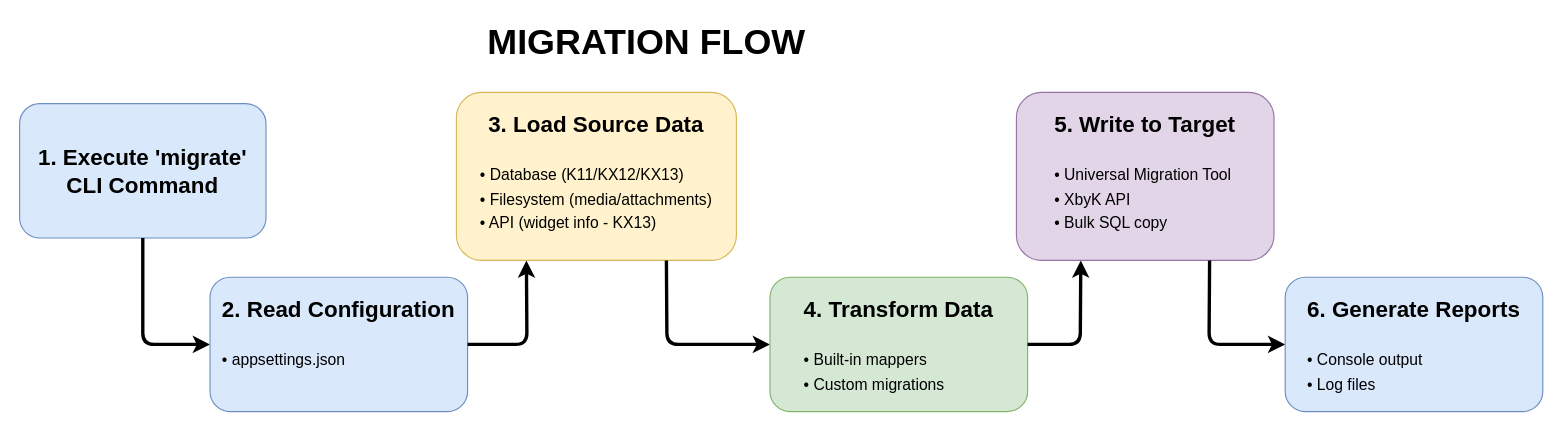
Above: images/diagrams/migration-flow.drawio in Kentico/xperience-by-kentico-kentico-migration-tool (draw.io), before the change. Source tidied: cells renumbered, new cells numbered last; positions are measured from the earlier drawing's top-left corner, leaving out a move shared by most shapes. Both pictures are drawn from the tidied source at 112%, with x=0, y=0 at pixel (19, 19).
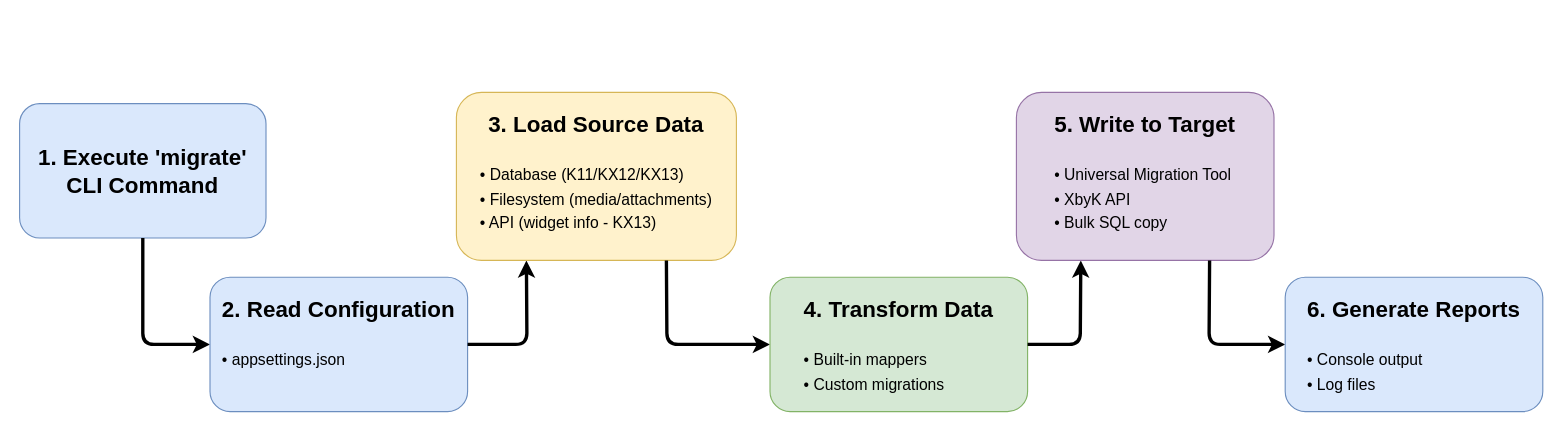
The same page after the edit.

Commit message (it also covers changes not shown here):
migration-flow diagram - remove title

What changed in the source:
```diff
@@
-    <mxCell id="2" value="MIGRATION FLOW" style="text;html=1;strokeColor=none;fillColor=none;align=center;verticalAlign=middle;whiteSpace=wrap;rounded=0;fontSize=32;fontStyle=1;" parent="1" vertex="1">
-      <mxGeometry x="360" width="400" height="40" as="geometry" />
-    </mxCell>
```
